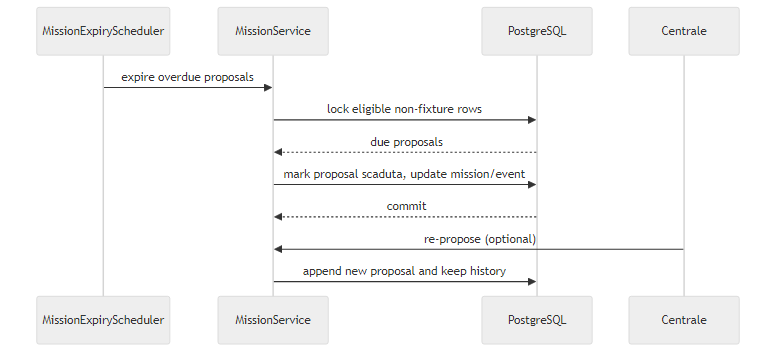
The Mermaid diagram docs/diagrams/rendered/mission_expiry_sequence.png in coluccimarco/fornitori-soccorso, before a commit. Its source is kept beside it as docs/diagrams/mission_expiry_sequence.mmd. The source it was exported from:
```mermaid
sequenceDiagram
    participant Scheduler as MissionExpiryScheduler
    participant Service as MissionService
    participant DB as PostgreSQL
    participant Centrale as Centrale
    Scheduler->>Service: expire overdue proposals
    Service->>DB: lock eligible non-fixture rows
    DB-->>Service: due proposals
    Service->>DB: mark proposal scaduta, update mission/event
    DB-->>Service: commit
    Centrale->>Service: re-propose (optional)
    Service->>DB: append new proposal and keep history
```
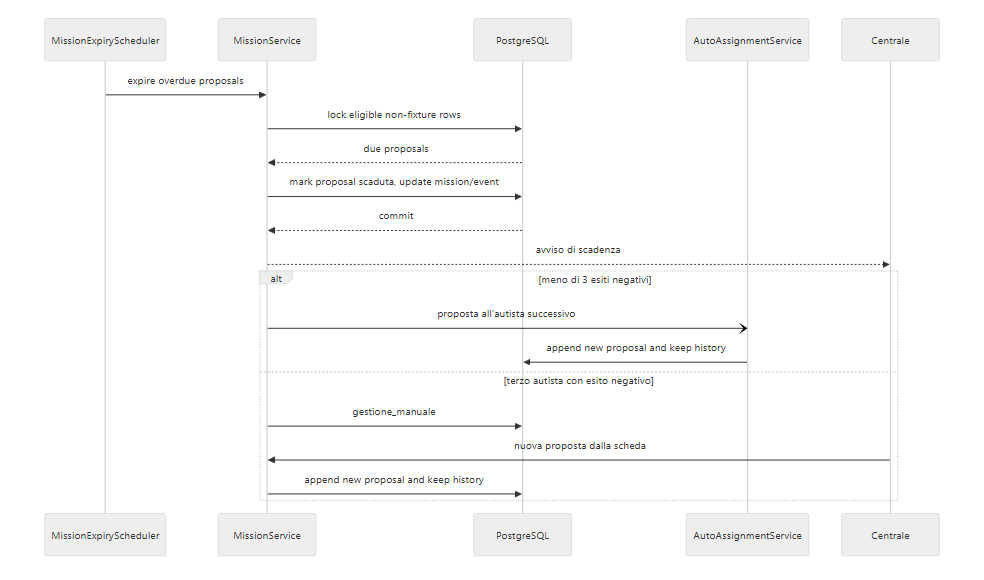
Later version of the same file.

Change to the diagram source:
```diff
@@ -2,11 +2,19 @@
     participant Scheduler as MissionExpiryScheduler
     participant Service as MissionService
     participant DB as PostgreSQL
+    participant Auto as AutoAssignmentService
     participant Centrale as Centrale
     Scheduler->>Service: expire overdue proposals
     Service->>DB: lock eligible non-fixture rows
     DB-->>Service: due proposals
     Service->>DB: mark proposal scaduta, update mission/event
     DB-->>Service: commit
-    Centrale->>Service: re-propose (optional)
-    Service->>DB: append new proposal and keep history
+    Service-->>Centrale: avviso di scadenza
+    alt meno di 3 esiti negativi
+        Service-)Auto: proposta all'autista successivo
+        Auto->>DB: append new proposal and keep history
+    else terzo autista con esito negativo
+        Service->>DB: gestione_manuale
+        Centrale->>Service: nuova proposta dalla scheda
+        Service->>DB: append new proposal and keep history
+    end
```
